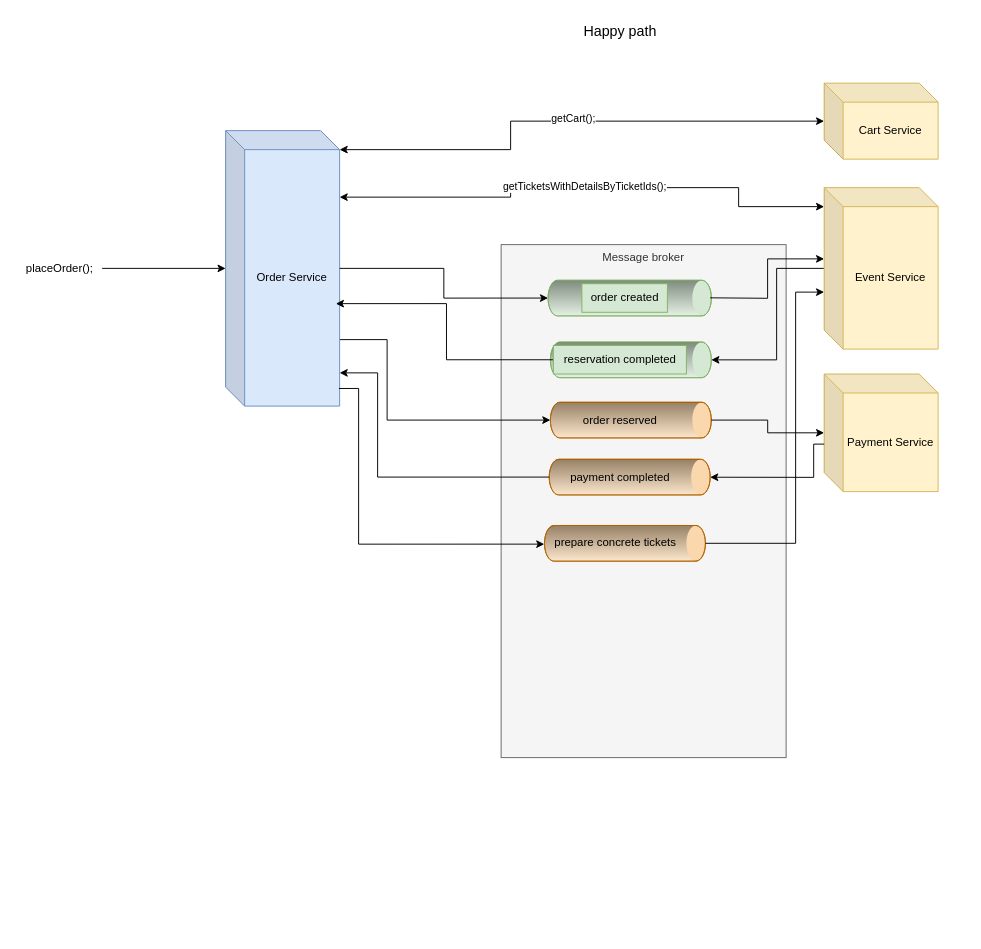
KrzysztofKosmala/ticket-manager keeps this draw.io diagram as ticket-manager/Diagram bez tytułu.drawio. Above is the earlier version. Source tidied: cells renumbered, new cells numbered last; positions are measured from the earlier drawing's top-left corner, leaving out a move shared by most shapes. Both pictures are drawn from the tidied source at 95%, with x=0, y=0 at pixel (16, 16).
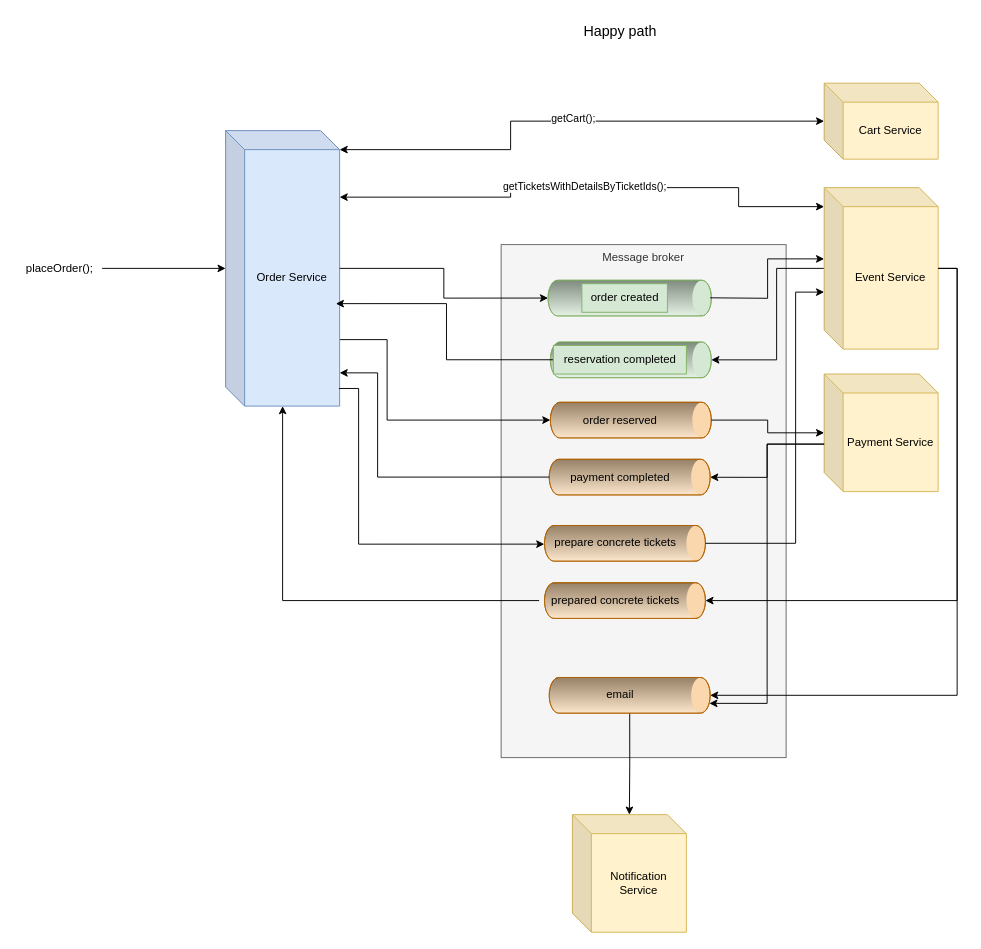
The same page after the edit.

Unchanged cells that the change refers to:
```xml
<mxCell id="6" value="Order Service" style="shape=cube;whiteSpace=wrap;html=1;boundedLbl=1;backgroundOutline=1;darkOpacity=0.05;darkOpacity2=0.1;fillColor=#dae8fc;strokeColor=#6c8ebf;" parent="1" vertex="1">
  <mxGeometry x="220" y="120" width="120" height="290" as="geometry" />
</mxCell>
<mxCell id="13" value="Event Service" style="shape=cube;whiteSpace=wrap;html=1;boundedLbl=1;backgroundOutline=1;darkOpacity=0.05;darkOpacity2=0.1;fillColor=#fff2cc;strokeColor=#d6b656;" parent="1" vertex="1">
  <mxGeometry x="850" y="180" width="120" height="170" as="geometry" />
</mxCell>
<mxCell id="24" value="Payment Service" style="shape=cube;whiteSpace=wrap;html=1;boundedLbl=1;backgroundOutline=1;darkOpacity=0.05;darkOpacity2=0.1;fillColor=#fff2cc;strokeColor=#d6b656;" parent="1" vertex="1">
  <mxGeometry x="850" y="376.2" width="120" height="123.8" as="geometry" />
</mxCell>
<mxCell id="26" style="verticalLabelPosition=bottom;verticalAlign=top;html=1;shape=mxgraph.infographic.cylinder;rotation=90;fillColor=#fad7ac;strokeColor=#b46504;" parent="1" vertex="1">
  <mxGeometry x="626.6" y="400" width="37.5" height="169.4" as="geometry" />
</mxCell>
```

Change to the diagram source:
```diff
@@
     <mxCell id="28" style="edgeStyle=orthogonalEdgeStyle;rounded=0;jettySize=auto;html=1;exitX=0;exitY=0.596;exitDx=0;exitDy=0;exitPerimeter=0;" parent="1" edge="1" source="24" target="26">
       <mxGeometry relative="1" as="geometry">
         <Array as="points">
-          <mxPoint x="839" y="450" />
-          <mxPoint x="839" y="485" />
+          <mxPoint x="790" y="450" />
+          <mxPoint x="790" y="485" />
         </Array>
       </mxGeometry>
     </mxCell>
@@
+    <mxCell id="35" style="verticalLabelPosition=bottom;verticalAlign=top;html=1;shape=mxgraph.infographic.cylinder;rotation=90;fillColor=#fad7ac;strokeColor=#b46504;" parent="1" vertex="1">
+      <mxGeometry x="621.6" y="530" width="37.5" height="169.4" as="geometry" />
+    </mxCell>
+    <mxCell id="36" style="edgeStyle=orthogonalEdgeStyle;rounded=0;jettySize=auto;html=1;" parent="1" edge="1" source="37" target="6">
+      <mxGeometry relative="1" as="geometry" />
+    </mxCell>
+    <mxCell id="37" value="prepared concrete tickets" style="text;html=1;align=center;verticalAlign=middle;points=[];strokeColor=none;fillColor=none;" parent="1" vertex="1">
+      <mxGeometry x="550" y="599.7" width="160" height="30" as="geometry" />
+    </mxCell>
+    <mxCell id="38" style="edgeStyle=orthogonalEdgeStyle;rounded=0;jettySize=auto;html=1;" parent="1" edge="1" source="39" target="41">
+      <mxGeometry relative="1" as="geometry" />
+    </mxCell>
+    <mxCell id="39" style="verticalLabelPosition=bottom;verticalAlign=top;html=1;shape=mxgraph.infographic.cylinder;rotation=90;fillColor=#fad7ac;strokeColor=#b46504;" parent="1" vertex="1">
+      <mxGeometry x="626.6" y="629.7" width="37.5" height="169.4" as="geometry" />
+    </mxCell>
+    <mxCell id="40" value="email" style="text;html=1;align=center;verticalAlign=middle;strokeColor=none;fillColor=none;" parent="1" vertex="1">
+      <mxGeometry x="610" y="699.4" width="50" height="30" as="geometry" />
+    </mxCell>
+    <mxCell id="41" value="Notification Service" style="shape=cube;whiteSpace=wrap;html=1;boundedLbl=1;backgroundOutline=1;darkOpacity=0.05;darkOpacity2=0.1;fillColor=#fff2cc;strokeColor=#d6b656;" parent="1" vertex="1">
+      <mxGeometry x="585" y="840" width="120" height="123.8" as="geometry" />
+    </mxCell>
+    <mxCell id="42" style="edgeStyle=orthogonalEdgeStyle;rounded=0;jettySize=auto;html=1;entryX=0.5;entryY=0;entryDx=0;entryDy=0;entryPerimeter=0;" parent="1" edge="1" source="13" target="35">
+      <mxGeometry relative="1" as="geometry">
+        <Array as="points">
+          <mxPoint x="990" y="265" />
+          <mxPoint x="990" y="615" />
+        </Array>
+      </mxGeometry>
+    </mxCell>
+    <mxCell id="43" style="edgeStyle=orthogonalEdgeStyle;rounded=0;jettySize=auto;html=1;entryX=0.726;entryY=0.005;entryDx=0;entryDy=0;entryPerimeter=0;" parent="1" edge="1" source="24" target="39">
+      <mxGeometry relative="1" as="geometry">
+        <Array as="points">
+          <mxPoint x="790" y="450" />
+          <mxPoint x="790" y="723" />
+        </Array>
+      </mxGeometry>
+    </mxCell>
+    <mxCell id="44" style="edgeStyle=orthogonalEdgeStyle;rounded=0;jettySize=auto;html=1;entryX=0.5;entryY=0;entryDx=0;entryDy=0;entryPerimeter=0;" parent="1" edge="1" source="13" target="39">
+      <mxGeometry relative="1" as="geometry">
+        <Array as="points">
+          <mxPoint x="990" y="265" />
+          <mxPoint x="990" y="714" />
+        </Array>
+      </mxGeometry>
+    </mxCell>
```
